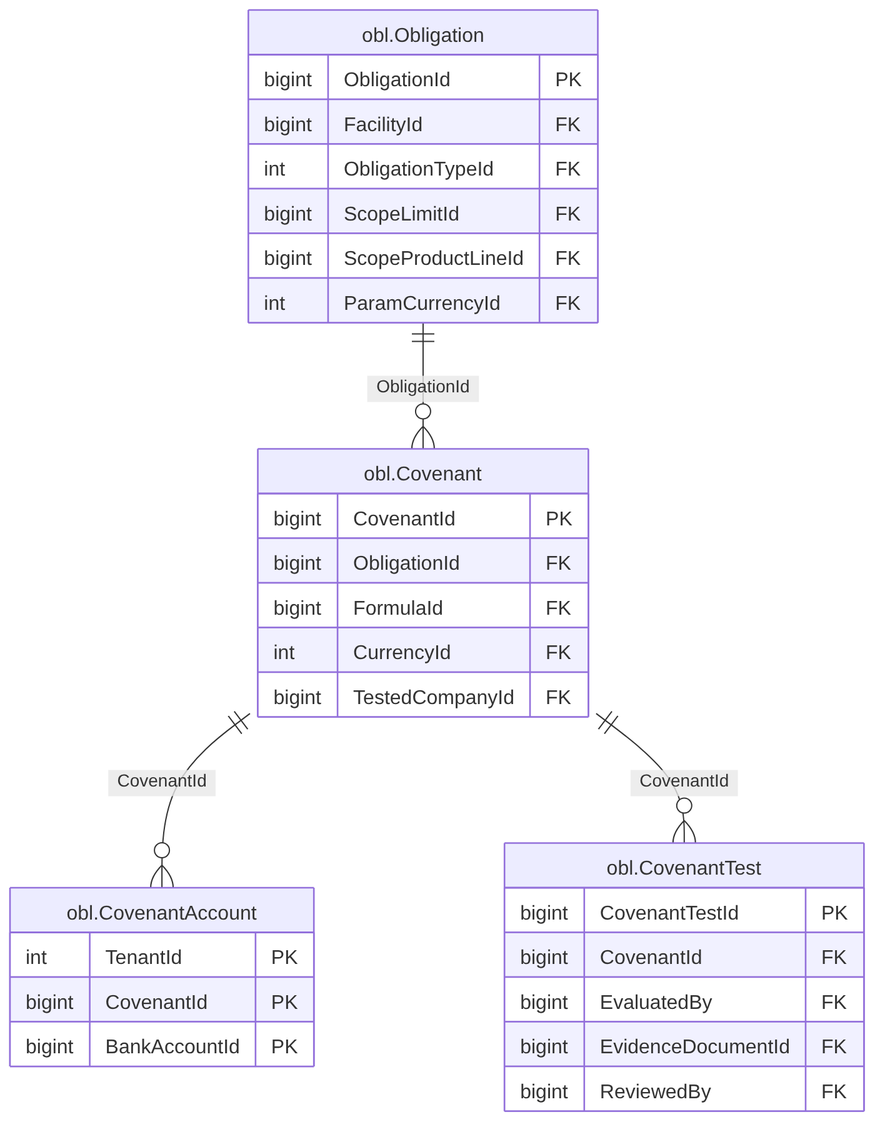
Earlier version of the Mermaid export treasury-platform/docs/diagrams/erd/m5_obligations_1.png (thawrasy/smartlines). Its source is kept beside it as treasury-platform/docs/diagrams/erd/m5_obligations_1.mmd. Its diagram source:
```mermaid
erDiagram
  obl_Covenant["obl.Covenant"] {
    bigint CovenantId PK
    bigint ObligationId FK
    bigint FormulaId FK
    int CurrencyId FK
    bigint TestedCompanyId FK
  }
  obl_CovenantAccount["obl.CovenantAccount"] {
    int TenantId PK
    bigint CovenantId PK
    bigint BankAccountId PK
  }
  obl_CovenantTest["obl.CovenantTest"] {
    bigint CovenantTestId PK
    bigint CovenantId FK
    bigint EvaluatedBy FK
    bigint EvidenceDocumentId FK
    bigint ReviewedBy FK
  }
  obl_Obligation["obl.Obligation"] {
    bigint ObligationId PK
    bigint FacilityId FK
    int ObligationTypeId FK
    bigint ScopeLimitId FK
    bigint ScopeProductLineId FK
    int ParamCurrencyId FK
  }
  obl_Covenant ||--o{ obl_CovenantAccount : "CovenantId"
  obl_Covenant ||--o{ obl_CovenantTest : "CovenantId"
  obl_Obligation ||--o{ obl_Covenant : "ObligationId"
```
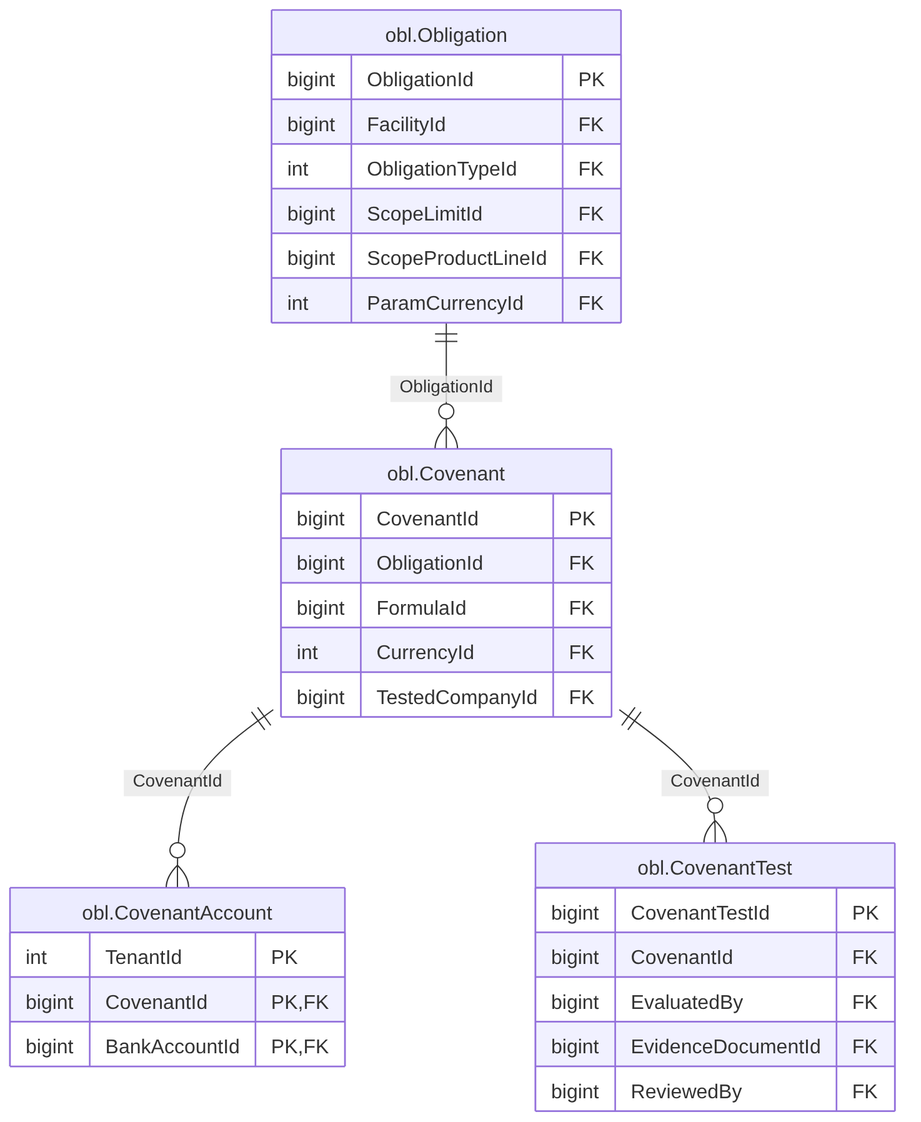
Later version of the same file.

What changed in the source:
```diff
@@ -8,8 +8,8 @@
   }
   obl_CovenantAccount["obl.CovenantAccount"] {
     int TenantId PK
-    bigint CovenantId PK
-    bigint BankAccountId PK
+    bigint CovenantId PK, FK
+    bigint BankAccountId PK, FK
   }
   obl_CovenantTest["obl.CovenantTest"] {
     bigint CovenantTestId PK
```
